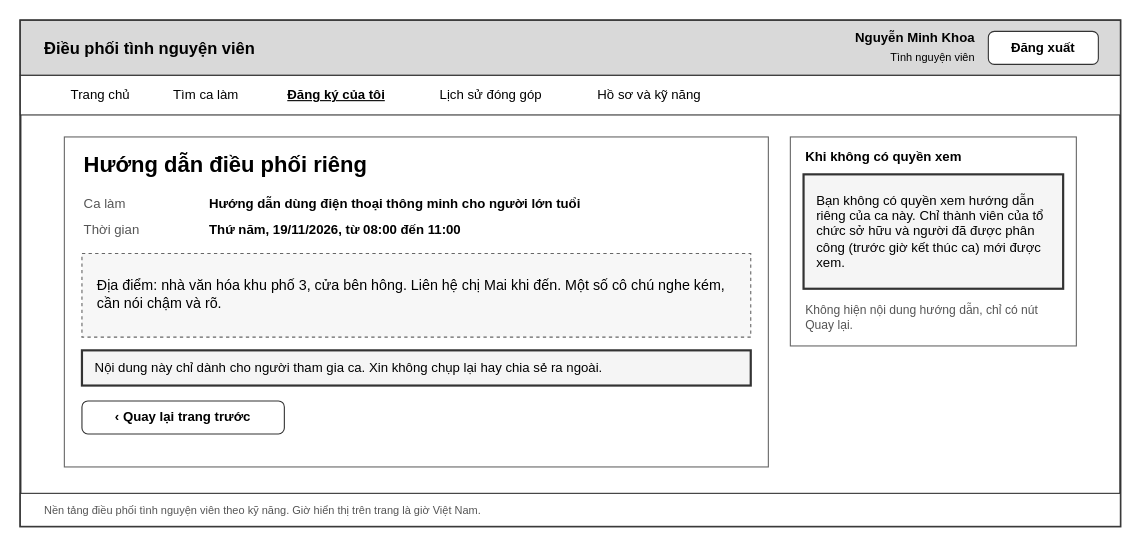
Earlier version of the draw.io diagram docs/giao_dien/drawio/M12_Huong_dan_dieu_phoi_rieng.drawio (kanishere55/OOSD_NenTangDieuPhoi_TNV). Source tidied: cells renumbered, new cells numbered last; positions are measured from the earlier drawing's top-left corner, leaving out a move shared by most shapes. Both pictures are drawn from the tidied source at 110%, with x=0, y=0 at pixel (20, 20).
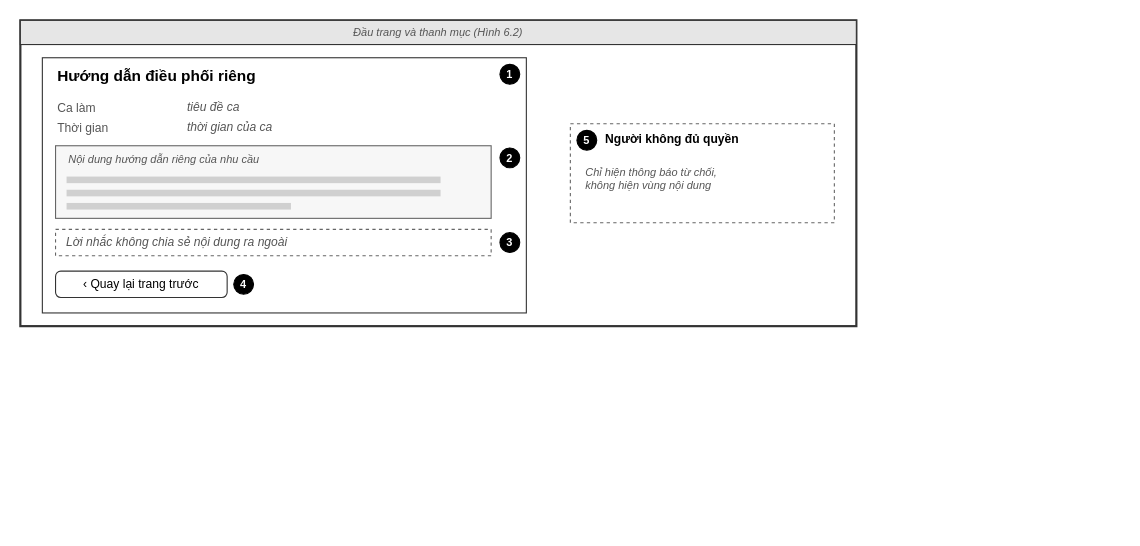
Above is the later version.

Change to the diagram source:
```diff
@@
     <mxCell id="2" style="rounded=0;whiteSpace=wrap;html=1;fillColor=#ffffff;strokeColor=#333333;strokeWidth=2;" parent="1" vertex="1">
-      <mxGeometry width="1000" height="460" as="geometry" />
+      <mxGeometry width="760" height="278" as="geometry" />
     </mxCell>
-    <mxCell id="3" style="rounded=0;whiteSpace=wrap;html=1;fillColor=#d9d9d9;strokeColor=#333333;" parent="1" vertex="1">
-      <mxGeometry width="1000" height="50" as="geometry" />
+    <mxCell id="3" value="Đầu trang và thanh mục (Hình 6.2)" style="rounded=0;whiteSpace=wrap;html=1;fillColor=#e6e6e6;strokeColor=#333333;fontSize=10;fontStyle=2;fontColor=#555555;" parent="1" vertex="1">
+      <mxGeometry width="760" height="22" as="geometry" />
     </mxCell>
-    <mxCell id="4" value="Điều phối tình nguyện viên" style="text;html=1;strokeColor=none;fillColor=none;align=left;verticalAlign=middle;whiteSpace=wrap;rounded=0;fontSize=15;fontStyle=1;fontColor=#000000;" parent="1" vertex="1">
-      <mxGeometry x="20" y="10" width="320" height="30" as="geometry" />
+    <mxCell id="4" style="rounded=0;arcSize=8;whiteSpace=wrap;html=1;fillColor=#ffffff;strokeColor=#333333;" parent="1" vertex="1">
+      <mxGeometry x="20" y="34" width="440" height="232" as="geometry" />
     </mxCell>
-    <mxCell id="5" value="Nguyễn Minh Khoa" style="text;html=1;strokeColor=none;fillColor=none;align=right;verticalAlign=middle;whiteSpace=wrap;rounded=0;fontSize=12;fontStyle=1;fontColor=#000000;" parent="1" vertex="1">
-      <mxGeometry x="670" y="6" width="200" height="20" as="geometry" />
+    <mxCell id="5" value="Hướng dẫn điều phối riêng" style="text;html=1;strokeColor=none;fillColor=none;align=left;verticalAlign=middle;whiteSpace=wrap;rounded=0;fontSize=14;fontStyle=1;fontColor=#000000;" parent="1" vertex="1">
+      <mxGeometry x="32" y="40" width="360" height="22" as="geometry" />
     </mxCell>
-    <mxCell id="6" value="Tình nguyện viên" style="text;html=1;strokeColor=none;fillColor=none;align=right;verticalAlign=middle;whiteSpace=wrap;rounded=0;fontSize=10;fontStyle=0;fontColor=#000000;" parent="1" vertex="1">
-      <mxGeometry x="670" y="24" width="200" height="18" as="geometry" />
+    <mxCell id="6" value="Ca làm" style="text;html=1;strokeColor=none;fillColor=none;align=left;verticalAlign=middle;whiteSpace=wrap;rounded=0;fontSize=11;fontStyle=0;fontColor=#555555;" parent="1" vertex="1">
+      <mxGeometry x="32" y="70" width="110" height="19" as="geometry" />
     </mxCell>
-    <mxCell id="7" value="Đăng xuất" style="rounded=1;whiteSpace=wrap;html=1;arcSize=18;fontSize=12;fillColor=#ffffff;strokeColor=#333333;fontColor=#000000;fontStyle=1;" parent="1" vertex="1">
-      <mxGeometry x="880" y="10" width="100" height="30" as="geometry" />
+    <mxCell id="7" value="tiêu đề ca" style="text;html=1;strokeColor=none;fillColor=none;align=left;verticalAlign=middle;whiteSpace=wrap;rounded=0;fontSize=11;fontStyle=2;fontColor=#555555;" parent="1" vertex="1">
+      <mxGeometry x="150" y="70" width="290" height="18" as="geometry" />
     </mxCell>
-    <mxCell id="8" style="rounded=0;whiteSpace=wrap;html=1;fillColor=#ffffff;strokeColor=#333333;" parent="1" vertex="1">
-      <mxGeometry y="50" width="1000" height="36" as="geometry" />
+    <mxCell id="8" value="Thời gian" style="text;html=1;strokeColor=none;fillColor=none;align=left;verticalAlign=middle;whiteSpace=wrap;rounded=0;fontSize=11;fontStyle=0;fontColor=#555555;" parent="1" vertex="1">
+      <mxGeometry x="32" y="88" width="110" height="19" as="geometry" />
     </mxCell>
-    <mxCell id="9" value="Trang chủ" style="text;html=1;strokeColor=none;fillColor=none;align=center;verticalAlign=middle;whiteSpace=wrap;rounded=0;fontSize=12;fontStyle=0;fontColor=#000000;" parent="1" vertex="1">
-      <mxGeometry x="30" y="56" width="86" height="24" as="geometry" />
+    <mxCell id="9" value="thời gian của ca" style="text;html=1;strokeColor=none;fillColor=none;align=left;verticalAlign=middle;whiteSpace=wrap;rounded=0;fontSize=11;fontStyle=2;fontColor=#555555;" parent="1" vertex="1">
+      <mxGeometry x="150" y="88" width="290" height="18" as="geometry" />
     </mxCell>
-    <mxCell id="10" value="Tìm ca làm" style="text;html=1;strokeColor=none;fillColor=none;align=center;verticalAlign=middle;whiteSpace=wrap;rounded=0;fontSize=12;fontStyle=0;fontColor=#000000;" parent="1" vertex="1">
-      <mxGeometry x="122" y="56" width="94" height="24" as="geometry" />
+    <mxCell id="10" value="1" style="ellipse;whiteSpace=wrap;html=1;fillColor=#000000;strokeColor=#000000;fontColor=#ffffff;fontSize=10;fontStyle=1;" parent="1" vertex="1">
+      <mxGeometry x="436" y="40" width="18" height="18" as="geometry" />
     </mxCell>
-    <mxCell id="11" value="Đăng ký của tôi" style="text;html=1;strokeColor=none;fillColor=none;align=center;verticalAlign=middle;whiteSpace=wrap;rounded=0;fontSize=12;fontStyle=5;fontColor=#000000;" parent="1" vertex="1">
-      <mxGeometry x="222" y="56" width="131" height="24" as="geometry" />
+    <mxCell id="11" style="rounded=0;arcSize=8;whiteSpace=wrap;html=1;fillColor=#f7f7f7;strokeColor=#666666;" parent="1" vertex="1">
+      <mxGeometry x="32" y="114" width="396" height="66" as="geometry" />
     </mxCell>
-    <mxCell id="12" value="Lịch sử đóng góp" style="text;html=1;strokeColor=none;fillColor=none;align=center;verticalAlign=middle;whiteSpace=wrap;rounded=0;fontSize=12;fontStyle=0;fontColor=#000000;" parent="1" vertex="1">
-      <mxGeometry x="359" y="56" width="138" height="24" as="geometry" />
+    <mxCell id="12" value="Nội dung hướng dẫn riêng của nhu cầu" style="text;html=1;strokeColor=none;fillColor=none;align=left;verticalAlign=middle;whiteSpace=wrap;rounded=0;fontSize=10;fontStyle=2;fontColor=#555555;" parent="1" vertex="1">
+      <mxGeometry x="42" y="118" width="360" height="16" as="geometry" />
     </mxCell>
-    <mxCell id="13" value="Hồ sơ và kỹ năng" style="text;html=1;strokeColor=none;fillColor=none;align=center;verticalAlign=middle;whiteSpace=wrap;rounded=0;fontSize=12;fontStyle=0;fontColor=#000000;" parent="1" vertex="1">
-      <mxGeometry x="503" y="56" width="138" height="24" as="geometry" />
+    <mxCell id="13" style="rounded=0;whiteSpace=wrap;html=1;fillColor=#d0d0d0;strokeColor=none;" parent="1" vertex="1">
+      <mxGeometry x="42" y="142" width="340" height="6" as="geometry" />
     </mxCell>
-    <mxCell id="14" style="rounded=0;whiteSpace=wrap;html=1;fillColor=#ffffff;strokeColor=#666666;" parent="1" vertex="1">
-      <mxGeometry x="40" y="106" width="640" height="300" as="geometry" />
+    <mxCell id="14" style="rounded=0;whiteSpace=wrap;html=1;fillColor=#d0d0d0;strokeColor=none;" parent="1" vertex="1">
+      <mxGeometry x="42" y="154" width="340" height="6" as="geometry" />
     </mxCell>
-    <mxCell id="15" value="Hướng dẫn điều phối riêng" style="text;html=1;strokeColor=none;fillColor=none;align=left;verticalAlign=middle;whiteSpace=wrap;rounded=0;fontSize=20;fontStyle=1;fontColor=#000000;" parent="1" vertex="1">
-      <mxGeometry x="56" y="114" width="600" height="32" as="geometry" />
+    <mxCell id="15" style="rounded=0;whiteSpace=wrap;html=1;fillColor=#d0d0d0;strokeColor=none;" parent="1" vertex="1">
+      <mxGeometry x="42" y="166" width="204" height="6" as="geometry" />
     </mxCell>
-    <mxCell id="16" value="Ca làm" style="text;html=1;strokeColor=none;fillColor=none;align=left;verticalAlign=middle;whiteSpace=wrap;rounded=0;fontSize=12;fontStyle=0;fontColor=#555555;" parent="1" vertex="1">
-      <mxGeometry x="56" y="156" width="110" height="22" as="geometry" />
+    <mxCell id="16" value="2" style="ellipse;whiteSpace=wrap;html=1;fillColor=#000000;strokeColor=#000000;fontColor=#ffffff;fontSize=10;fontStyle=1;" parent="1" vertex="1">
+      <mxGeometry x="436" y="116" width="18" height="18" as="geometry" />
     </mxCell>
-    <mxCell id="17" value="Hướng dẫn dùng điện thoại thông minh cho người lớn tuổi" style="text;html=1;strokeColor=none;fillColor=none;align=left;verticalAlign=middle;whiteSpace=wrap;rounded=0;fontSize=12;fontStyle=1;fontColor=#000000;" parent="1" vertex="1">
-      <mxGeometry x="170" y="156" width="490" height="22" as="geometry" />
+    <mxCell id="17" style="rounded=0;arcSize=8;whiteSpace=wrap;html=1;fillColor=#ffffff;strokeColor=#666666;dashed=1;" parent="1" vertex="1">
+      <mxGeometry x="32" y="190" width="396" height="24" as="geometry" />
     </mxCell>
-    <mxCell id="18" value="Thời gian" style="text;html=1;strokeColor=none;fillColor=none;align=left;verticalAlign=middle;whiteSpace=wrap;rounded=0;fontSize=12;fontStyle=0;fontColor=#555555;" parent="1" vertex="1">
-      <mxGeometry x="56" y="180" width="110" height="22" as="geometry" />
+    <mxCell id="18" value="Lời nhắc không chia sẻ nội dung ra ngoài" style="text;html=1;strokeColor=none;fillColor=none;align=left;verticalAlign=middle;whiteSpace=wrap;rounded=0;fontSize=11;fontStyle=2;fontColor=#555555;" parent="1" vertex="1">
+      <mxGeometry x="40" y="193" width="380" height="18" as="geometry" />
     </mxCell>
-    <mxCell id="19" value="Thứ năm, 19/11/2026, từ 08:00 đến 11:00" style="text;html=1;strokeColor=none;fillColor=none;align=left;verticalAlign=middle;whiteSpace=wrap;rounded=0;fontSize=12;fontStyle=1;fontColor=#000000;" parent="1" vertex="1">
-      <mxGeometry x="170" y="180" width="490" height="22" as="geometry" />
+    <mxCell id="19" value="3" style="ellipse;whiteSpace=wrap;html=1;fillColor=#000000;strokeColor=#000000;fontColor=#ffffff;fontSize=10;fontStyle=1;" parent="1" vertex="1">
+      <mxGeometry x="436" y="193" width="18" height="18" as="geometry" />
     </mxCell>
-    <mxCell id="20" style="rounded=0;whiteSpace=wrap;html=1;fillColor=#f7f7f7;strokeColor=#666666;dashed=1;" parent="1" vertex="1">
-      <mxGeometry x="56" y="212" width="608" height="76" as="geometry" />
+    <mxCell id="20" value="‹ Quay lại trang trước" style="rounded=1;arcSize=20;whiteSpace=wrap;html=1;fontSize=11;strokeColor=#333333;fillColor=#ffffff;" parent="1" vertex="1">
+      <mxGeometry x="32" y="228" width="156" height="24" as="geometry" />
     </mxCell>
-    <mxCell id="21" value="Địa điểm: nhà văn hóa khu phố 3, cửa bên hông. Liên hệ chị Mai khi đến. Một số cô chú nghe kém, cần nói chậm và rõ." style="text;html=1;strokeColor=none;fillColor=none;align=left;verticalAlign=middle;whiteSpace=wrap;rounded=0;fontSize=13;fontStyle=0;fontColor=#000000;" parent="1" vertex="1">
-      <mxGeometry x="68" y="218" width="584" height="62" as="geometry" />
+    <mxCell id="21" value="4" style="ellipse;whiteSpace=wrap;html=1;fillColor=#000000;strokeColor=#000000;fontColor=#ffffff;fontSize=10;fontStyle=1;" parent="1" vertex="1">
+      <mxGeometry x="194" y="231" width="18" height="18" as="geometry" />
     </mxCell>
-    <mxCell id="22" value="Nội dung này chỉ dành cho người tham gia ca. Xin không chụp lại hay chia sẻ ra ngoài." style="rounded=0;whiteSpace=wrap;html=1;align=left;spacingLeft=10;fontSize=12;fillColor=#f5f5f5;strokeColor=#333333;strokeWidth=2;" parent="1" vertex="1">
-      <mxGeometry x="56" y="300" width="608" height="32" as="geometry" />
+    <mxCell id="22" style="rounded=0;arcSize=8;whiteSpace=wrap;html=1;fillColor=#ffffff;strokeColor=#666666;dashed=1;" parent="1" vertex="1">
+      <mxGeometry x="500" y="94" width="240" height="90" as="geometry" />
     </mxCell>
-    <mxCell id="23" value="‹ Quay lại trang trước" style="rounded=1;whiteSpace=wrap;html=1;arcSize=18;fontSize=12;fillColor=#ffffff;strokeColor=#333333;fontColor=#000000;fontStyle=1;" parent="1" vertex="1">
-      <mxGeometry x="56" y="346" width="184" height="30" as="geometry" />
+    <mxCell id="23" value="5" style="ellipse;whiteSpace=wrap;html=1;fillColor=#000000;strokeColor=#000000;fontColor=#ffffff;fontSize=10;fontStyle=1;" parent="1" vertex="1">
+      <mxGeometry x="506" y="100" width="18" height="18" as="geometry" />
     </mxCell>
-    <mxCell id="24" style="rounded=0;whiteSpace=wrap;html=1;fillColor=#ffffff;strokeColor=#666666;" parent="1" vertex="1">
-      <mxGeometry x="700" y="106" width="260" height="190" as="geometry" />
+    <mxCell id="24" value="Người không đủ quyền" style="text;html=1;strokeColor=none;fillColor=none;align=left;verticalAlign=middle;whiteSpace=wrap;rounded=0;fontSize=11;fontStyle=1;fontColor=#000000;" parent="1" vertex="1">
+      <mxGeometry x="530" y="98" width="200" height="19" as="geometry" />
     </mxCell>
-    <mxCell id="25" value="Khi không có quyền xem" style="text;html=1;strokeColor=none;fillColor=none;align=left;verticalAlign=middle;whiteSpace=wrap;rounded=0;fontSize=12;fontStyle=1;fontColor=#000000;" parent="1" vertex="1">
-      <mxGeometry x="712" y="114" width="240" height="20" as="geometry" />
+    <mxCell id="25" value="Chỉ hiện thông báo từ chối,&lt;br&gt;không hiện vùng nội dung" style="text;html=1;strokeColor=none;fillColor=none;align=left;verticalAlign=middle;whiteSpace=wrap;rounded=0;fontSize=10;fontStyle=2;fontColor=#555555;" parent="1" vertex="1">
+      <mxGeometry x="512" y="124" width="220" height="40" as="geometry" />
     </mxCell>
-    <mxCell id="26" value="Bạn không có quyền xem hướng dẫn riêng của ca này. Chỉ thành viên của tổ chức sở hữu và người đã được phân công (trước giờ kết thúc ca) mới được xem." style="rounded=0;whiteSpace=wrap;html=1;align=left;spacingLeft=10;fontSize=12;fillColor=#f5f5f5;strokeColor=#333333;strokeWidth=2;" parent="1" vertex="1">
-      <mxGeometry x="712" y="140" width="236" height="104" as="geometry" />
-    </mxCell>
-    <mxCell id="27" value="Không hiện nội dung hướng dẫn, chỉ có nút Quay lại." style="text;html=1;strokeColor=none;fillColor=none;align=left;verticalAlign=middle;whiteSpace=wrap;rounded=0;fontSize=11;fontStyle=0;fontColor=#555555;" parent="1" vertex="1">
-      <mxGeometry x="712" y="252" width="240" height="36" as="geometry" />
-    </mxCell>
-    <mxCell id="28" style="rounded=0;whiteSpace=wrap;html=1;fillColor=#ffffff;strokeColor=#333333;" parent="1" vertex="1">
-      <mxGeometry y="430" width="1000" height="30" as="geometry" />
-    </mxCell>
-    <mxCell id="29" value="Nền tảng điều phối tình nguyện viên theo kỹ năng. Giờ hiển thị trên trang là giờ Việt Nam." style="text;html=1;strokeColor=none;fillColor=none;align=left;verticalAlign=middle;whiteSpace=wrap;rounded=0;fontSize=10;fontStyle=0;fontColor=#555555;" parent="1" vertex="1">
-      <mxGeometry x="20" y="434" width="700" height="22" as="geometry" />
-    </mxCell>
```
